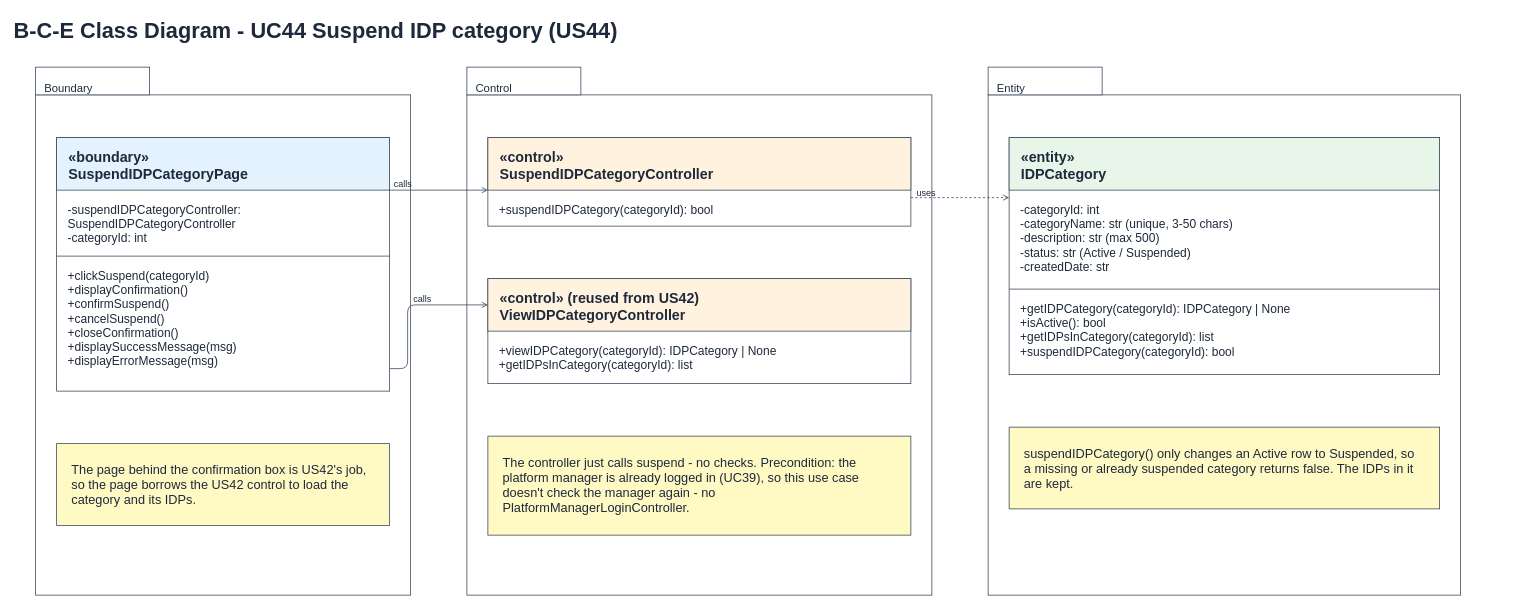
Hanzxc/CSIT314-ARCHSS keeps this draw.io diagram as page "5 BCE Class Diagram" (6 of 7) of Sprint_2/US44 - Suspend IDP Category/US44 Suspend IDP category.drawio. Above is the earlier version. Source tidied: cells renumbered, new cells numbered last; positions are measured from the earlier drawing's top-left corner, leaving out a move shared by most shapes. Both pictures are drawn from the tidied source at 75%, with x=0, y=0 at pixel (12, 12).
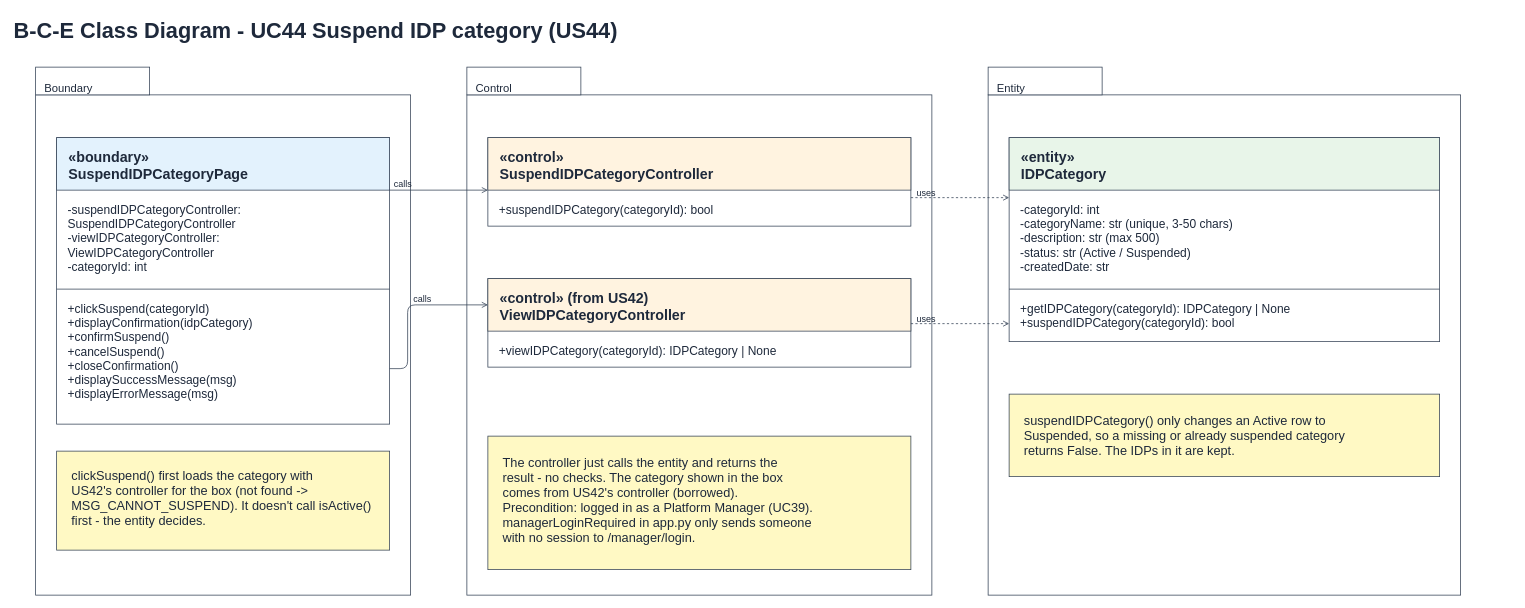
Above is the later version.

The edit, as a diff of the source:
```diff
@@
     <mxCell id="12" style="rounded=0;whiteSpace=wrap;fillColor=#ffffff;strokeColor=#334155;" parent="1" vertex="1">
-      <mxGeometry x="59" y="167" width="444" height="338" as="geometry" />
+      <mxGeometry x="59" y="167" width="444" height="382" as="geometry" />
     </mxCell>
@@
-    <mxCell id="15" value="-suspendIDPCategoryController:&#10; SuspendIDPCategoryController&#10;-categoryId: int" style="text;html=0;align=left;verticalAlign=top;fontSize=16;fontStyle=0;fontColor=#1e293b;" parent="1" vertex="1">
-      <mxGeometry x="72" y="247" width="416" height="70" as="geometry" />
+    <mxCell id="15" value="-suspendIDPCategoryController:&#10; SuspendIDPCategoryController&#10;-viewIDPCategoryController:&#10; ViewIDPCategoryController&#10;-categoryId: int" style="text;html=0;align=left;verticalAlign=top;fontSize=16;fontStyle=0;fontColor=#1e293b;" parent="1" vertex="1">
+      <mxGeometry x="72" y="247" width="416" height="114" as="geometry" />
     </mxCell>
     <mxCell id="16" style="endArrow=none;html=0;dashed=0;strokeColor=#334155;" parent="1" edge="1">
       <mxGeometry relative="1" as="geometry">
-        <mxPoint x="59" y="325" as="sourcePoint" />
-        <mxPoint x="503" y="325" as="targetPoint" />
+        <mxPoint x="59" y="369" as="sourcePoint" />
+        <mxPoint x="503" y="369" as="targetPoint" />
       </mxGeometry>
     </mxCell>
-    <mxCell id="17" value="+clickSuspend(categoryId)&#10;+displayConfirmation()&#10;+confirmSuspend()&#10;+cancelSuspend()&#10;+closeConfirmation()&#10;+displaySuccessMessage(msg)&#10;+displayErrorMessage(msg)" style="text;html=0;align=left;verticalAlign=top;fontSize=16;fontStyle=0;fontColor=#1e293b;" parent="1" vertex="1">
-      <mxGeometry x="72" y="335" width="416" height="158" as="geometry" />
+    <mxCell id="17" value="+clickSuspend(categoryId)&#10;+displayConfirmation(idpCategory)&#10;+confirmSuspend()&#10;+cancelSuspend()&#10;+closeConfirmation()&#10;+displaySuccessMessage(msg)&#10;+displayErrorMessage(msg)" style="text;html=0;align=left;verticalAlign=top;fontSize=16;fontStyle=0;fontColor=#1e293b;" parent="1" vertex="1">
+      <mxGeometry x="72" y="379" width="416" height="158" as="geometry" />
     </mxCell>
     <mxCell id="18" style="rounded=0;whiteSpace=wrap;fillColor=#fff9c4;strokeColor=#334155;" parent="1" vertex="1">
-      <mxGeometry x="59" y="575" width="444" height="109" as="geometry" />
+      <mxGeometry x="59" y="585" width="444" height="132" as="geometry" />
     </mxCell>
-    <mxCell id="19" value="The page behind the confirmation box is US42's job,&#10;so the page borrows the US42 control to load the&#10;category and its IDPs." style="text;html=0;align=left;verticalAlign=top;fontSize=17;fontStyle=0;fontColor=#1e293b;" parent="1" vertex="1">
-      <mxGeometry x="77" y="593" width="408" height="73" as="geometry" />
+    <mxCell id="19" value="clickSuspend() first loads the category with&#10;US42's controller for the box (not found -&gt;&#10;MSG_CANNOT_SUSPEND). It doesn't call isActive()&#10;first - the entity decides." style="text;html=0;align=left;verticalAlign=top;fontSize=17;fontStyle=0;fontColor=#1e293b;" parent="1" vertex="1">
+      <mxGeometry x="77" y="601" width="408" height="100" as="geometry" />
     </mxCell>
@@
     <mxCell id="24" style="rounded=0;whiteSpace=wrap;fillColor=#ffffff;strokeColor=#334155;" parent="1" vertex="1">
-      <mxGeometry x="634" y="355" width="564" height="140" as="geometry" />
+      <mxGeometry x="634" y="355" width="564" height="118" as="geometry" />
     </mxCell>
@@
-    <mxCell id="26" value="«control» (reused from US42)&#10;ViewIDPCategoryController" style="text;html=0;align=left;verticalAlign=top;fontSize=19;fontStyle=1;fontColor=#1e293b;" parent="1" vertex="1">
+    <mxCell id="26" value="«control» (from US42)&#10;ViewIDPCategoryController" style="text;html=0;align=left;verticalAlign=top;fontSize=19;fontStyle=1;fontColor=#1e293b;" parent="1" vertex="1">
       <mxGeometry x="648" y="363" width="536" height="56" as="geometry" />
     </mxCell>
-    <mxCell id="27" value="+viewIDPCategory(categoryId): IDPCategory | None&#10;+getIDPsInCategory(categoryId): list" style="text;html=0;align=left;verticalAlign=top;fontSize=16;fontStyle=0;fontColor=#1e293b;" parent="1" vertex="1">
-      <mxGeometry x="647" y="435" width="536" height="48" as="geometry" />
+    <mxCell id="27" value="+viewIDPCategory(categoryId): IDPCategory | None" style="text;html=0;align=left;verticalAlign=top;fontSize=16;fontStyle=0;fontColor=#1e293b;" parent="1" vertex="1">
+      <mxGeometry x="647" y="435" width="536" height="26" as="geometry" />
     </mxCell>
     <mxCell id="28" style="rounded=0;whiteSpace=wrap;fillColor=#fff9c4;strokeColor=#334155;" parent="1" vertex="1">
-      <mxGeometry x="634" y="565" width="564" height="132" as="geometry" />
+      <mxGeometry x="634" y="565" width="564" height="178" as="geometry" />
     </mxCell>
-    <mxCell id="29" value="The controller just calls suspend - no checks. Precondition: the&#10;platform manager is already logged in (UC39), so this use case&#10;doesn't check the manager again - no&#10;PlatformManagerLoginController." style="text;html=0;align=left;verticalAlign=top;fontSize=17;fontStyle=0;fontColor=#1e293b;" parent="1" vertex="1">
-      <mxGeometry x="652" y="583" width="528" height="96" as="geometry" />
+    <mxCell id="29" value="The controller just calls the entity and returns the&#10;result - no checks. The category shown in the box&#10;comes from US42's controller (borrowed).&#10;Precondition: logged in as a Platform Manager (UC39).&#10;managerLoginRequired in app.py only sends someone&#10;with no session to /manager/login." style="text;html=0;align=left;verticalAlign=top;fontSize=17;fontStyle=0;fontColor=#1e293b;" parent="1" vertex="1">
+      <mxGeometry x="652" y="583" width="528" height="146" as="geometry" />
     </mxCell>
     <mxCell id="30" style="rounded=0;whiteSpace=wrap;fillColor=#ffffff;strokeColor=#334155;" parent="1" vertex="1">
-      <mxGeometry x="1329" y="167" width="574" height="316" as="geometry" />
+      <mxGeometry x="1329" y="167" width="574" height="272" as="geometry" />
     </mxCell>
@@
-    <mxCell id="35" value="+getIDPCategory(categoryId): IDPCategory | None&#10;+isActive(): bool&#10;+getIDPsInCategory(categoryId): list&#10;+suspendIDPCategory(categoryId): bool" style="text;html=0;align=left;verticalAlign=top;fontSize=16;fontStyle=0;fontColor=#1e293b;" parent="1" vertex="1">
-      <mxGeometry x="1342" y="379" width="546" height="92" as="geometry" />
+    <mxCell id="35" value="+getIDPCategory(categoryId): IDPCategory | None&#10;+suspendIDPCategory(categoryId): bool" style="text;html=0;align=left;verticalAlign=top;fontSize=16;fontStyle=0;fontColor=#1e293b;" parent="1" vertex="1">
+      <mxGeometry x="1342" y="379" width="546" height="48" as="geometry" />
     </mxCell>
     <mxCell id="36" style="rounded=0;whiteSpace=wrap;fillColor=#fff9c4;strokeColor=#334155;" parent="1" vertex="1">
-      <mxGeometry x="1329" y="553" width="574" height="109" as="geometry" />
+      <mxGeometry x="1329" y="509" width="574" height="110" as="geometry" />
     </mxCell>
-    <mxCell id="37" value="suspendIDPCategory() only changes an Active row to Suspended, so&#10;a missing or already suspended category returns false. The IDPs in it&#10;are kept." style="text;html=0;align=left;verticalAlign=top;fontSize=17;fontStyle=0;fontColor=#1e293b;" parent="1" vertex="1">
-      <mxGeometry x="1347" y="571" width="538" height="73" as="geometry" />
+    <mxCell id="37" value="suspendIDPCategory() only changes an Active row to&#10;Suspended, so a missing or already suspended category&#10;returns False. The IDPs in it are kept." style="text;html=0;align=left;verticalAlign=top;fontSize=17;fontStyle=0;fontColor=#1e293b;" parent="1" vertex="1">
+      <mxGeometry x="1347" y="527" width="538" height="76" as="geometry" />
     </mxCell>
@@
+    <mxCell id="44" style="endArrow=open;html=0;dashed=1;strokeColor=#334155;" parent="1" edge="1">
+      <mxGeometry relative="1" as="geometry">
+        <mxPoint x="1198" y="415" as="sourcePoint" />
+        <mxPoint x="1329" y="415" as="targetPoint" />
+      </mxGeometry>
+    </mxCell>
+    <mxCell id="45" value="uses" style="text;html=0;align=left;verticalAlign=top;fontSize=12;fontStyle=0;fontColor=#1e293b;" parent="1" vertex="1">
+      <mxGeometry x="1204" y="395" width="34" height="20" as="geometry" />
+    </mxCell>
```
